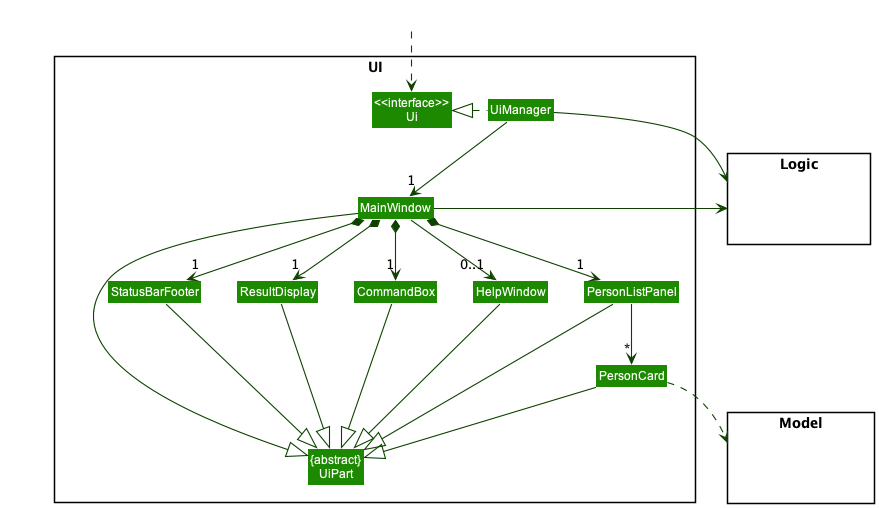
This is docs/images/UiClassDiagram.png from nus-cs2103-AY2223S2/tp, a PlantUML export, as it was before one commit.
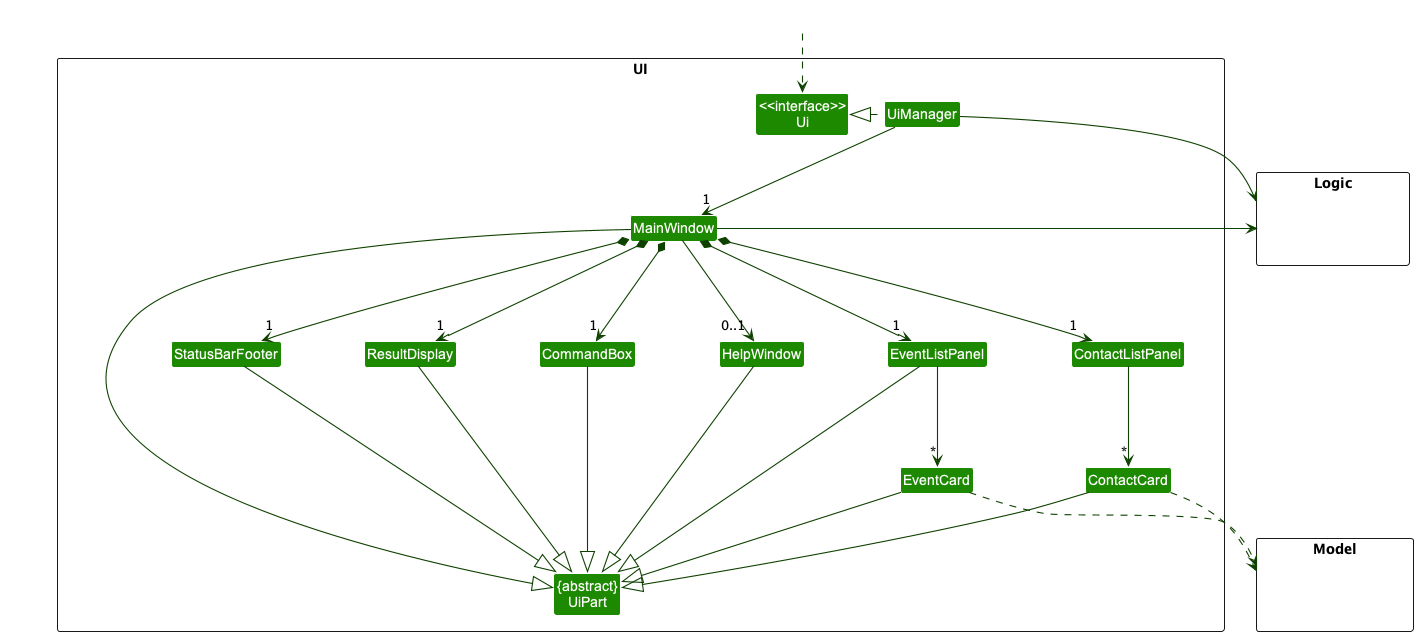
After the commit.

Change to the diagram source:
```diff
@@ -11,10 +11,12 @@
 Class MainWindow
 Class HelpWindow
 Class ResultDisplay
-Class PersonListPanel
-Class PersonCard
+Class EventListPanel
+Class EventCard
 Class StatusBarFooter
 Class CommandBox
+Class ContactListPanel
+Class ContactCard
 }
 
 package Model <<Rectangle>> {
@@ -32,26 +34,30 @@
 UiManager -down-> "1" MainWindow
 MainWindow *-down->  "1" CommandBox
 MainWindow *-down-> "1" ResultDisplay
-MainWindow *-down-> "1" PersonListPanel
+MainWindow *-down-> "1" EventListPanel
+MainWindow *-down-> "1" ContactListPanel
 MainWindow *-down-> "1" StatusBarFooter
 MainWindow --> "0..1" HelpWindow
 
-PersonListPanel -down-> "*" PersonCard
+EventListPanel -down-> "*" EventCard
+ContactListPanel -down-> "*" ContactCard
 
 MainWindow -left-|> UiPart
 
 ResultDisplay --|> UiPart
 CommandBox --|> UiPart
-PersonListPanel --|> UiPart
-PersonCard --|> UiPart
+EventListPanel --|> UiPart
+EventCard --|> UiPart
+ContactCard --|> UiPart
 StatusBarFooter --|> UiPart
 HelpWindow --|> UiPart
 
-PersonCard ..> Model
+ContactCard ..> Model
+EventCard ..> Model
 UiManager -right-> Logic
 MainWindow -left-> Logic
 
-PersonListPanel -[hidden]left- HelpWindow
+EventListPanel -[hidden]left- HelpWindow
 HelpWindow -[hidden]left- CommandBox
 CommandBox -[hidden]left- ResultDisplay
 ResultDisplay -[hidden]left- StatusBarFooter
```
